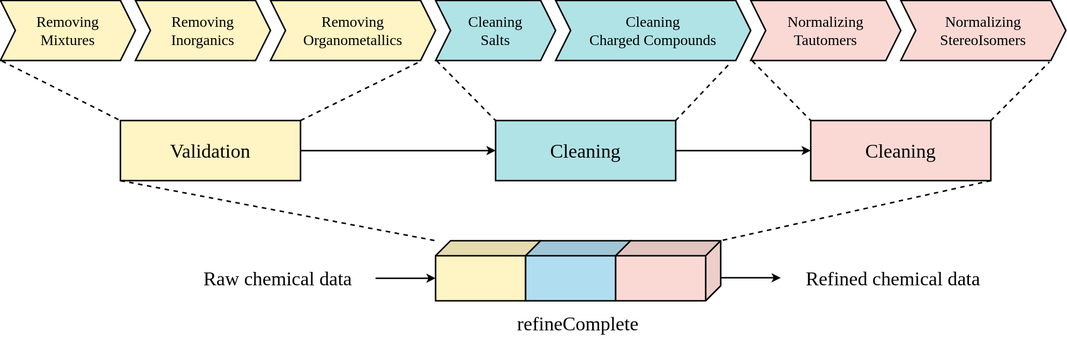
Above: images/pipeline.svg in mldlproject/chemtonic (draw.io), before the change. Source tidied: cells renumbered, new cells last; positions are measured from the earlier drawing's top-left corner, leaving out a move shared by most shapes.
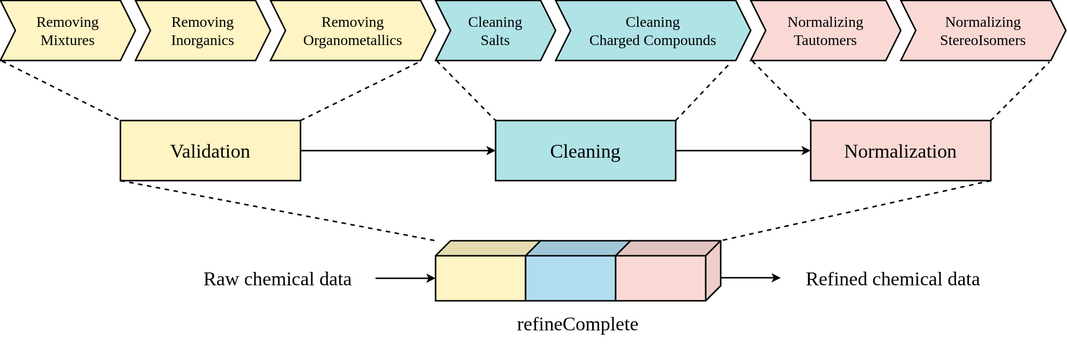
The same file after the commit.

What changed in the source:
```diff
@@ -41,7 +41,7 @@
     <mxCell id="14" style="endArrow=none;dashed=1;html=1;fontFamily=Verdana;fontSize=10;fontColor=#000000;startSize=3;endSize=3;strokeColor=default;curved=1;entryX=0;entryY=0;entryDx=0;entryDy=0;exitX=0.011;exitY=1.008;exitDx=0;exitDy=0;exitPerimeter=0;fillColor=#b0e3e6;" parent="1" edge="1" source="11" target="10">
       <mxGeometry relative="1" as="geometry" />
     </mxCell>
-    <mxCell id="15" value="Cleaning" style="rounded=0;whiteSpace=wrap;html=1;fontFamily=Verdana;fontSize=13;strokeColor=default;fillColor=#fad9d5;align=center;" parent="1" vertex="1">
+    <mxCell id="15" value="Normalization" style="rounded=0;whiteSpace=wrap;html=1;fontFamily=Verdana;fontSize=13;strokeColor=default;fillColor=#fad9d5;align=center;" parent="1" vertex="1">
       <mxGeometry x="540" y="80" width="120" height="40" as="geometry" />
     </mxCell>
     <mxCell id="16" value="Normalizing&lt;br&gt;Tautomers" style="shape=step;perimeter=stepPerimeter;whiteSpace=wrap;html=1;fixedSize=1;fontFamily=Verdana;fontSize=10;strokeColor=default;fillColor=#fad9d5;align=center;size=10;" parent="1" vertex="1">
```
